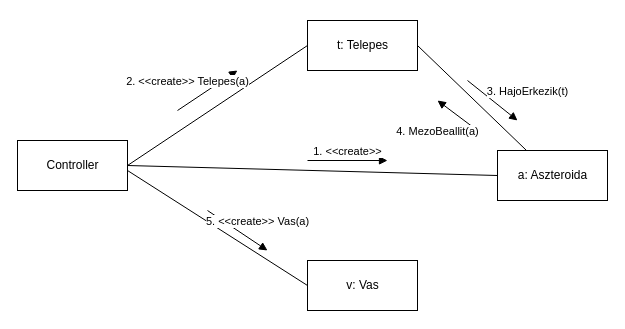
Earlier version of the draw.io diagram doc/kommunikacio/kom_VasLerak.drawio (torpeBoiGo/aszteroidabanyaszat). Source tidied: cells renumbered, new cells numbered last; positions are measured from the earlier drawing's top-left corner, leaving out a move shared by most shapes. Both pictures are drawn from the tidied source at 100%, with x=0, y=0 at pixel (17, 20).
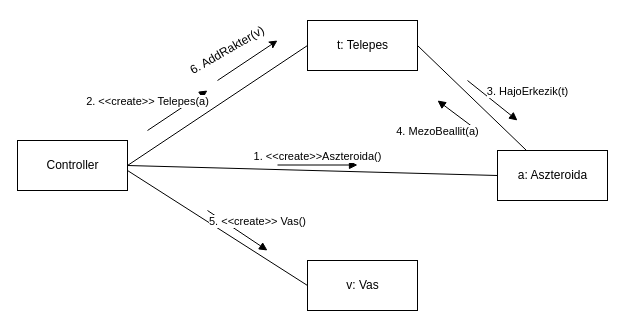
After the change.

Commit message:
Update kom_VasLerak.drawio addrakter, parameter javitas

The edit, as a diff of the source:
```diff
@@
-    <mxCell id="9" value="1. &amp;lt;&amp;lt;create&amp;gt;&amp;gt;" style="html=1;verticalAlign=bottom;endArrow=block;" parent="1" edge="1">
+    <mxCell id="9" value="1. &amp;lt;&amp;lt;create&amp;gt;&amp;gt;Aszteroida()" style="html=1;verticalAlign=bottom;endArrow=block;" parent="1" edge="1">
       <mxGeometry relative="1" as="geometry">
-        <mxPoint x="290" y="140" as="sourcePoint" />
-        <mxPoint x="370" y="140" as="targetPoint" />
+        <mxPoint x="260" y="144.5" as="sourcePoint" />
+        <mxPoint x="340" y="144.5" as="targetPoint" />
       </mxGeometry>
     </mxCell>
     <mxCell id="10" value="2. &amp;lt;&amp;lt;create&amp;gt;&amp;gt; Telepes(a)" style="html=1;verticalAlign=bottom;endArrow=block;" parent="1" edge="1">
-      <mxGeometry x="-0.46" y="11" relative="1" as="geometry">
-        <mxPoint x="160" y="90" as="sourcePoint" />
-        <mxPoint x="220" y="50" as="targetPoint" />
+      <mxGeometry x="-0.69" y="17" relative="1" as="geometry">
+        <mxPoint x="130" y="110" as="sourcePoint" />
+        <mxPoint x="190" y="70" as="targetPoint" />
       </mxGeometry>
     </mxCell>
@@
-    <mxCell id="14" value="5. &amp;lt;&amp;lt;create&amp;gt;&amp;gt; Vas(a)" style="html=1;verticalAlign=bottom;endArrow=block;" parent="1" edge="1">
+    <mxCell id="14" value="5. &amp;lt;&amp;lt;create&amp;gt;&amp;gt; Vas()" style="html=1;verticalAlign=bottom;endArrow=block;" parent="1" edge="1">
       <mxGeometry x="0.46" y="11" relative="1" as="geometry">
         <mxPoint x="190" y="190" as="sourcePoint" />
         <mxPoint x="250" y="230" as="targetPoint" />
       </mxGeometry>
     </mxCell>
+    <mxCell id="15" style="endArrow=classic;html=1;" parent="1" edge="1">
+      <mxGeometry relative="1" as="geometry">
+        <mxPoint x="200" y="60" as="sourcePoint" />
+        <mxPoint x="260" y="20" as="targetPoint" />
+      </mxGeometry>
+    </mxCell>
+    <mxCell id="16" value="6. AddRakter(v)" style="text;html=1;strokeColor=none;fillColor=none;align=center;verticalAlign=middle;whiteSpace=wrap;rounded=0;rotation=-30;" parent="1" vertex="1">
+      <mxGeometry x="160" y="20" width="100" height="20" as="geometry" />
+    </mxCell>
```
